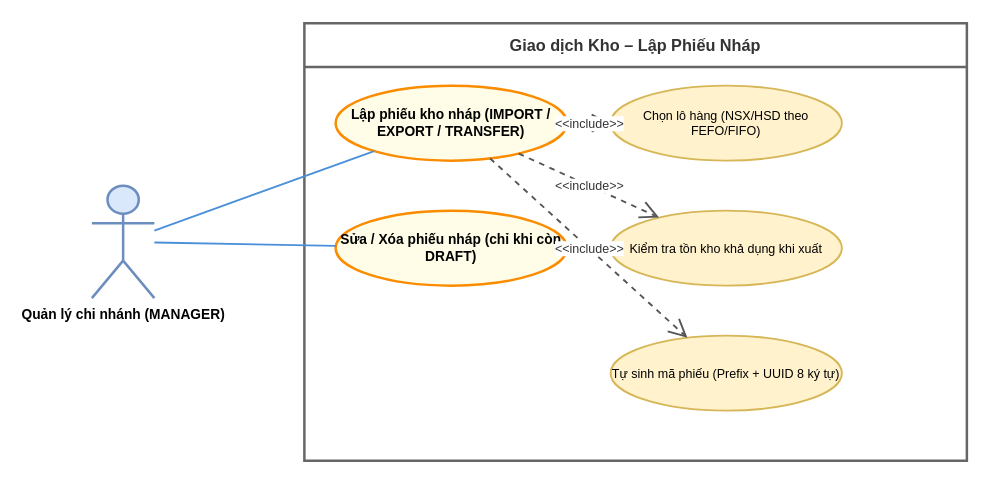
The draw.io diagram UseCase/MANAGER/06_lap_phieu_kho.drawio in Nghiatv2006/KhoHang, before the edit. Source tidied: cells renumbered, new cells numbered last; positions are measured from the earlier drawing's top-left corner, leaving out a move shared by most shapes. Both pictures are drawn from the tidied source at 125%, with x=0, y=0 at pixel (91, 22).
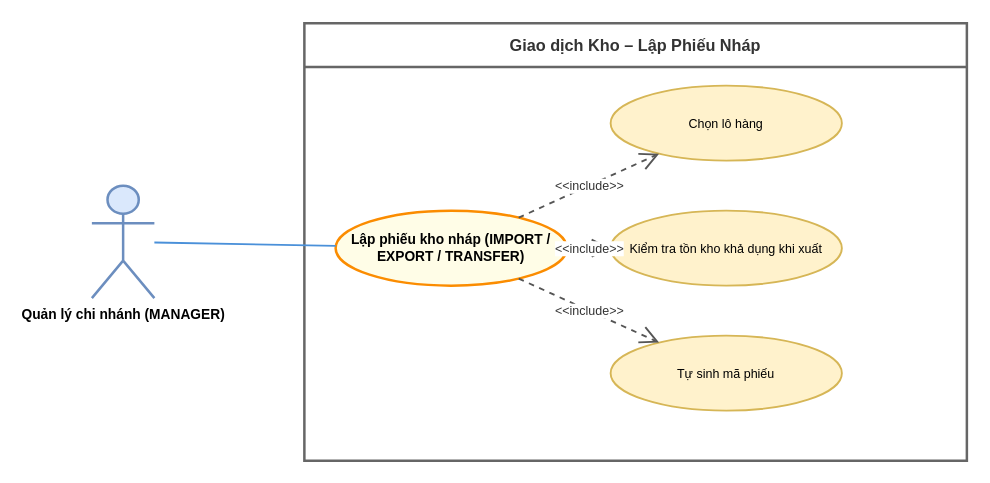
Above is the later version.

What changed in the source:
```diff
@@
 <mxGraphModel>
   <root>
     <mxCell id="0" />
     <mxCell id="1" parent="0" />
     <mxCell id="2" value="Giao dịch Kho – Lập Phiếu Nháp" style="swimlane;startSize=35;whiteSpace=wrap;html=1;fontStyle=1;fontSize=13;                    fillColor=#f5f5f5;strokeColor=#666666;strokeWidth=2;fontColor=#333333;align=center;" parent="1" vertex="1">
       <mxGeometry x="170" width="530" height="350" as="geometry" />
     </mxCell>
+    <mxCell id="4" value="Lập phiếu kho nháp (IMPORT / EXPORT / TRANSFER)" style="ellipse;whiteSpace=wrap;html=1;fillColor=#fffde7;strokeColor=#fb8c00;strokeWidth=2;fontStyle=1;fontSize=11;align=center;" parent="2" vertex="1">
+      <mxGeometry x="25" y="150" width="185" height="60" as="geometry" />
+    </mxCell>
     <mxCell id="3" value="Quản lý chi nhánh (MANAGER)" style="shape=umlActor;verticalLabelPosition=bottom;verticalAlign=top;html=1;                    outlineConnect=0;fillColor=#dae8fc;strokeColor=#6c8ebf;strokeWidth=2;                    fontColor=#1a1a1a;fontStyle=1;fontSize=11;" parent="1" vertex="1">
       <mxGeometry y="130" width="50" height="90" as="geometry" />
     </mxCell>
-    <mxCell id="4" value="Lập phiếu kho nháp (IMPORT / EXPORT / TRANSFER)" style="ellipse;whiteSpace=wrap;html=1;fillColor=#fffde7;strokeColor=#fb8c00;strokeWidth=2;fontStyle=1;fontSize=11;align=center;" parent="1" vertex="1">
-      <mxGeometry x="195" y="50" width="185" height="60" as="geometry" />
-    </mxCell>
-    <mxCell id="5" value="Sửa / Xóa phiếu nháp (chỉ khi còn DRAFT)" style="ellipse;whiteSpace=wrap;html=1;fillColor=#fffde7;strokeColor=#fb8c00;strokeWidth=2;fontStyle=1;fontSize=11;align=center;" parent="1" vertex="1">
-      <mxGeometry x="195" y="150" width="185" height="60" as="geometry" />
-    </mxCell>
-    <mxCell id="6" value="Chọn lô hàng (NSX/HSD theo FEFO/FIFO)" style="ellipse;whiteSpace=wrap;html=1;fillColor=#fff2cc;strokeColor=#d6b656;strokeWidth=1.5;fontSize=10;align=center;" parent="1" vertex="1">
+    <mxCell id="6" value="Chọn lô hàng" style="ellipse;whiteSpace=wrap;html=1;fillColor=#fff2cc;strokeColor=#d6b656;strokeWidth=1.5;fontSize=10;align=center;" parent="1" vertex="1">
       <mxGeometry x="415" y="50" width="185" height="60" as="geometry" />
     </mxCell>
     <mxCell id="7" value="Kiểm tra tồn kho khả dụng khi xuất" style="ellipse;whiteSpace=wrap;html=1;fillColor=#fff2cc;strokeColor=#d6b656;strokeWidth=1.5;fontSize=10;align=center;" parent="1" vertex="1">
       <mxGeometry x="415" y="150" width="185" height="60" as="geometry" />
     </mxCell>
-    <mxCell id="8" value="Tự sinh mã phiếu (Prefix + UUID 8 ký tự)" style="ellipse;whiteSpace=wrap;html=1;fillColor=#fff2cc;strokeColor=#d6b656;strokeWidth=1.5;fontSize=10;align=center;" parent="1" vertex="1">
+    <mxCell id="8" value="Tự sinh mã phiếu" style="ellipse;whiteSpace=wrap;html=1;fillColor=#fff2cc;strokeColor=#d6b656;strokeWidth=1.5;fontSize=10;align=center;" parent="1" vertex="1">
       <mxGeometry x="415" y="250" width="185" height="60" as="geometry" />
     </mxCell>
     <mxCell id="9" style="endArrow=none;html=1;rounded=0;strokeColor=#4a90d9;strokeWidth=1.5;" parent="1" edge="1" source="3" target="4">
       <mxGeometry relative="1" as="geometry" />
     </mxCell>
-    <mxCell id="10" style="endArrow=none;html=1;rounded=0;strokeColor=#4a90d9;strokeWidth=1.5;" parent="1" edge="1" source="3" target="5">
-      <mxGeometry relative="1" as="geometry" />
-    </mxCell>
     <mxCell id="11" value="&amp;lt;&amp;lt;include&amp;gt;&amp;gt;" style="endArrow=open;endSize=12;dashed=1;html=1;rounded=0;strokeColor=#555555;strokeWidth=1.5;labelBackgroundColor=#ffffff;fontColor=#333333;fontSize=10;align=center;" parent="1" edge="1" source="4" target="6">
       <mxGeometry relative="1" as="geometry" />
     </mxCell>
     <mxCell id="12" value="&amp;lt;&amp;lt;include&amp;gt;&amp;gt;" style="endArrow=open;endSize=12;dashed=1;html=1;rounded=0;strokeColor=#555555;strokeWidth=1.5;labelBackgroundColor=#ffffff;fontColor=#333333;fontSize=10;align=center;" parent="1" edge="1" source="4" target="7">
       <mxGeometry relative="1" as="geometry" />
     </mxCell>
     <mxCell id="13" value="&amp;lt;&amp;lt;include&amp;gt;&amp;gt;" style="endArrow=open;endSize=12;dashed=1;html=1;rounded=0;strokeColor=#555555;strokeWidth=1.5;labelBackgroundColor=#ffffff;fontColor=#333333;fontSize=10;align=center;" parent="1" edge="1" source="4" target="8">
       <mxGeometry relative="1" as="geometry" />
     </mxCell>
   </root>
 </mxGraphModel>
```
